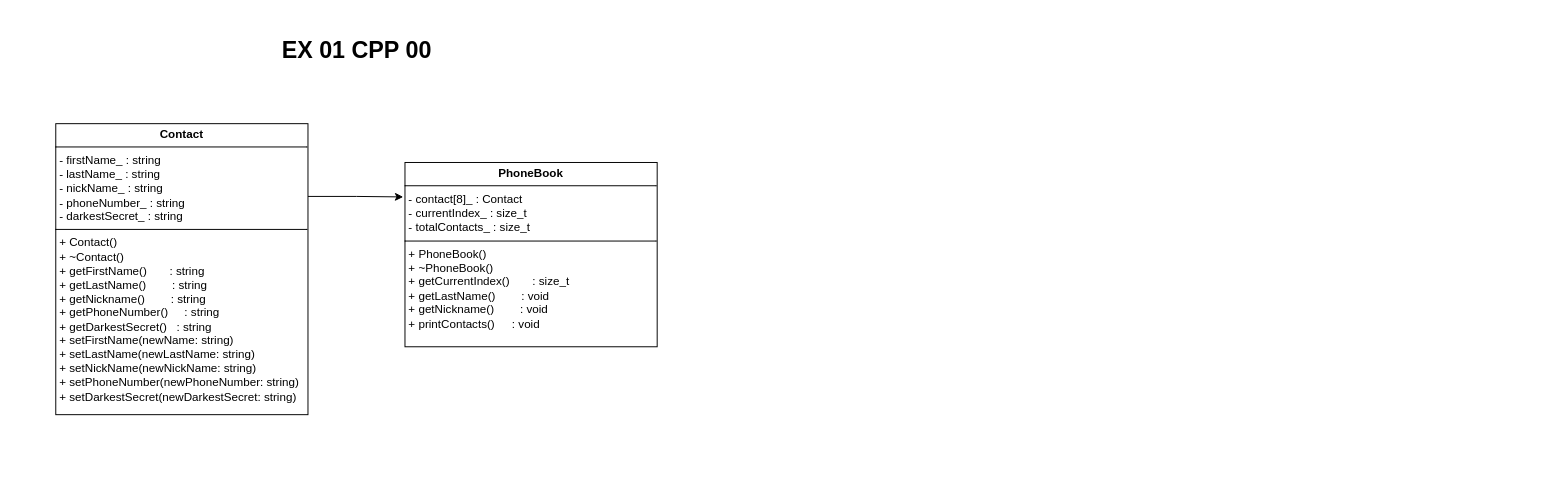
Earlier version of the draw.io diagram cpp_module_00/uml_module_cpp00.drawio (Daruuu/OOP-with-C-Plus-PLus-98). Source tidied: cells renumbered, new cells numbered last; positions are measured from the earlier drawing's top-left corner, leaving out a move shared by most shapes. Both pictures are drawn from the tidied source at 97%, with x=0, y=0 at pixel (55, 16).
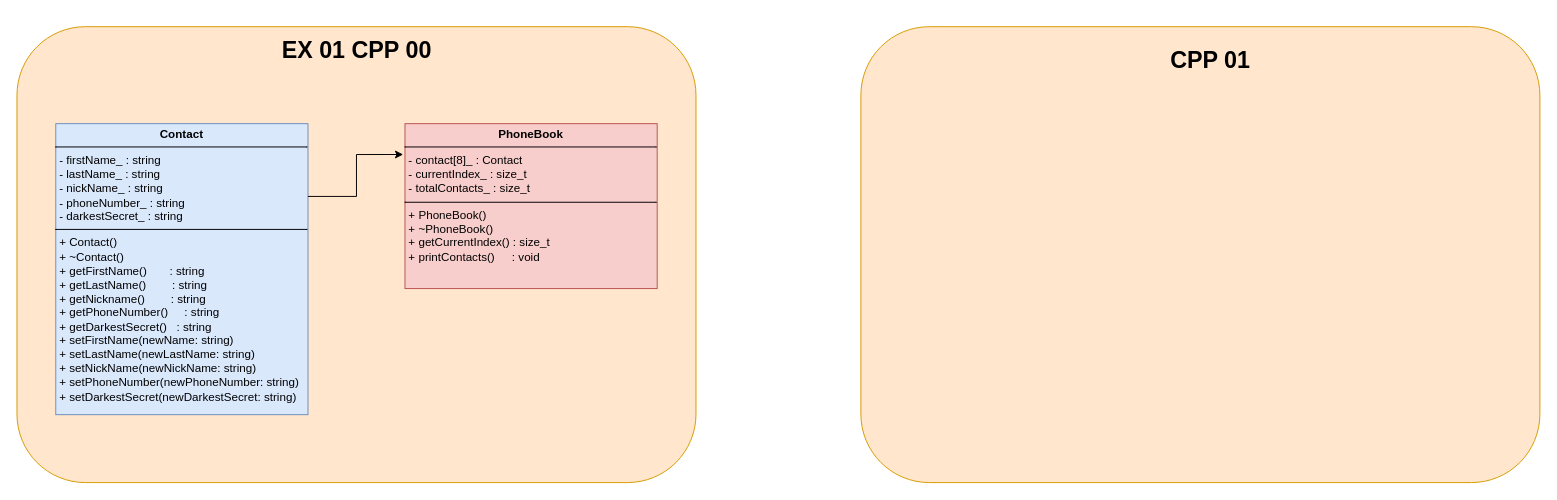
After the change.

Commit message (it also covers changes not shown here):
cpp_module01 ex00 finish

What changed in the source:
```diff
@@
 <mxGraphModel>
   <root>
     <mxCell id="0" />
     <mxCell id="1" parent="0" />
+    <mxCell id="6" style="rounded=1;whiteSpace=wrap;html=1;fillColor=#ffe6cc;strokeColor=#d79b00;" parent="1" vertex="1">
+      <mxGeometry x="830" y="10" width="700" height="470" as="geometry" />
+    </mxCell>
+    <mxCell id="7" style="rounded=1;whiteSpace=wrap;html=1;fillColor=#ffe6cc;strokeColor=#d79b00;" parent="1" vertex="1">
+      <mxGeometry x="-40" y="10" width="700" height="470" as="geometry" />
+    </mxCell>
-    <mxCell id="2" value="&lt;p style=&quot;margin:0px;margin-top:4px;text-align:center;&quot;&gt;&lt;b&gt;Contact&lt;/b&gt;&lt;/p&gt;&lt;hr size=&quot;1&quot; style=&quot;border-style:solid;&quot;&gt;&lt;p style=&quot;margin:0px;margin-left:4px;&quot;&gt;- firstName_ : string&lt;/p&gt;&lt;p style=&quot;margin:0px;margin-left:4px;&quot;&gt;- lastName_ : string&amp;nbsp;&lt;br&gt;&lt;/p&gt;&lt;p style=&quot;margin:0px;margin-left:4px;&quot;&gt;- nickName_ : string&amp;nbsp;&lt;br&gt;&lt;/p&gt;&lt;p style=&quot;margin:0px;margin-left:4px;&quot;&gt;- phoneNumber_ : string&lt;br&gt;&lt;/p&gt;&lt;p style=&quot;margin:0px;margin-left:4px;&quot;&gt;- darkestSecret_ : string&amp;nbsp;&lt;br&gt;&lt;/p&gt;&lt;hr size=&quot;1&quot; style=&quot;border-style:solid;&quot;&gt;&lt;p style=&quot;margin:0px;margin-left:4px;&quot;&gt;+&amp;nbsp;Contact()&lt;/p&gt;&lt;p style=&quot;margin: 0px 0px 0px 4px;&quot;&gt;+ ~Contact()&lt;/p&gt;&lt;p style=&quot;margin:0px;margin-left:4px;&quot;&gt;+ getFirstName()&amp;nbsp; &amp;nbsp; &amp;nbsp; &amp;nbsp;: string&lt;/p&gt;&lt;p style=&quot;margin:0px;margin-left:4px;&quot;&gt;+ getLastName()&amp;nbsp; &amp;nbsp; &amp;nbsp; &amp;nbsp; : string&lt;/p&gt;&lt;p style=&quot;margin:0px;margin-left:4px;&quot;&gt;+ getNickname()&amp;nbsp; &amp;nbsp; &amp;nbsp; &amp;nbsp; : string&lt;/p&gt;&lt;p style=&quot;margin:0px;margin-left:4px;&quot;&gt;+ getPhoneNumber()&amp;nbsp; &amp;nbsp; &amp;nbsp;: string&amp;nbsp;&lt;/p&gt;&lt;p style=&quot;margin:0px;margin-left:4px;&quot;&gt;+ getDarkestSecret()&amp;nbsp; &amp;nbsp;: string&amp;nbsp;&lt;/p&gt;&lt;p style=&quot;margin:0px;margin-left:4px;&quot;&gt;+ setFirstName(newName: string)&lt;/p&gt;&lt;p style=&quot;margin:0px;margin-left:4px;&quot;&gt;+ setLastName(newLastName: string)&amp;nbsp; &amp;nbsp;&amp;nbsp;&lt;/p&gt;&lt;p style=&quot;margin:0px;margin-left:4px;&quot;&gt;+ setNickName(newNickName: string)&amp;nbsp; +&amp;nbsp;&lt;span style=&quot;background-color: transparent; color: light-dark(rgb(0, 0, 0), rgb(255, 255, 255));&quot;&gt;setPhoneNumber(newPhoneNumber: string)&lt;/span&gt;&lt;/p&gt;&lt;p style=&quot;margin:0px;margin-left:4px;&quot;&gt;&lt;span style=&quot;background-color: transparent; color: light-dark(rgb(0, 0, 0), rgb(255, 255, 255));&quot;&gt;+ setDarkestSecret(newDarkestSecret: string)&lt;/span&gt;&lt;br&gt;&lt;/p&gt;&lt;p style=&quot;margin:0px;margin-left:4px;&quot;&gt;&lt;br&gt;&lt;/p&gt;" style="verticalAlign=top;align=left;overflow=fill;html=1;whiteSpace=wrap;" parent="1" vertex="1">
+    <mxCell id="2" value="&lt;p style=&quot;margin:0px;margin-top:4px;text-align:center;&quot;&gt;&lt;b&gt;Contact&lt;/b&gt;&lt;/p&gt;&lt;hr size=&quot;1&quot; style=&quot;border-style:solid;&quot;&gt;&lt;p style=&quot;margin:0px;margin-left:4px;&quot;&gt;- firstName_ : string&lt;/p&gt;&lt;p style=&quot;margin:0px;margin-left:4px;&quot;&gt;- lastName_ : string&amp;nbsp;&lt;br&gt;&lt;/p&gt;&lt;p style=&quot;margin:0px;margin-left:4px;&quot;&gt;- nickName_ : string&amp;nbsp;&lt;br&gt;&lt;/p&gt;&lt;p style=&quot;margin:0px;margin-left:4px;&quot;&gt;- phoneNumber_ : string&lt;br&gt;&lt;/p&gt;&lt;p style=&quot;margin:0px;margin-left:4px;&quot;&gt;- darkestSecret_ : string&amp;nbsp;&lt;br&gt;&lt;/p&gt;&lt;hr size=&quot;1&quot; style=&quot;border-style:solid;&quot;&gt;&lt;p style=&quot;margin:0px;margin-left:4px;&quot;&gt;+&amp;nbsp;Contact()&lt;/p&gt;&lt;p style=&quot;margin: 0px 0px 0px 4px;&quot;&gt;+ ~Contact()&lt;/p&gt;&lt;p style=&quot;margin:0px;margin-left:4px;&quot;&gt;+ getFirstName()&amp;nbsp; &amp;nbsp; &amp;nbsp; &amp;nbsp;: string&lt;/p&gt;&lt;p style=&quot;margin:0px;margin-left:4px;&quot;&gt;+ getLastName()&amp;nbsp; &amp;nbsp; &amp;nbsp; &amp;nbsp; : string&lt;/p&gt;&lt;p style=&quot;margin:0px;margin-left:4px;&quot;&gt;+ getNickname()&amp;nbsp; &amp;nbsp; &amp;nbsp; &amp;nbsp; : string&lt;/p&gt;&lt;p style=&quot;margin:0px;margin-left:4px;&quot;&gt;+ getPhoneNumber()&amp;nbsp; &amp;nbsp; &amp;nbsp;: string&amp;nbsp;&lt;/p&gt;&lt;p style=&quot;margin:0px;margin-left:4px;&quot;&gt;+ getDarkestSecret()&amp;nbsp; &amp;nbsp;: string&amp;nbsp;&lt;/p&gt;&lt;p style=&quot;margin:0px;margin-left:4px;&quot;&gt;+ setFirstName(newName: string)&lt;/p&gt;&lt;p style=&quot;margin:0px;margin-left:4px;&quot;&gt;+ setLastName(newLastName: string)&amp;nbsp; &amp;nbsp;&amp;nbsp;&lt;/p&gt;&lt;p style=&quot;margin:0px;margin-left:4px;&quot;&gt;+ setNickName(newNickName: string)&amp;nbsp; +&amp;nbsp;&lt;span style=&quot;background-color: transparent; color: light-dark(rgb(0, 0, 0), rgb(255, 255, 255));&quot;&gt;setPhoneNumber(newPhoneNumber: string)&lt;/span&gt;&lt;/p&gt;&lt;p style=&quot;margin:0px;margin-left:4px;&quot;&gt;&lt;span style=&quot;background-color: transparent; color: light-dark(rgb(0, 0, 0), rgb(255, 255, 255));&quot;&gt;+ setDarkestSecret(newDarkestSecret: string)&lt;/span&gt;&lt;br&gt;&lt;/p&gt;&lt;p style=&quot;margin:0px;margin-left:4px;&quot;&gt;&lt;br&gt;&lt;/p&gt;" style="verticalAlign=top;align=left;overflow=fill;html=1;whiteSpace=wrap;fillColor=#dae8fc;strokeColor=#6c8ebf;" parent="1" vertex="1">
       <mxGeometry y="110" width="260" height="300" as="geometry" />
     </mxCell>
-    <mxCell id="3" value="&lt;p style=&quot;margin:0px;margin-top:4px;text-align:center;&quot;&gt;&lt;b&gt;PhoneBook&lt;/b&gt;&lt;/p&gt;&lt;hr size=&quot;1&quot; style=&quot;border-style:solid;&quot;&gt;&lt;p style=&quot;margin:0px;margin-left:4px;&quot;&gt;- contact[8]_ : Contact&lt;/p&gt;&lt;p style=&quot;margin:0px;margin-left:4px;&quot;&gt;- currentIndex_ : size_t&amp;nbsp;&lt;br&gt;&lt;/p&gt;&lt;p style=&quot;margin:0px;margin-left:4px;&quot;&gt;- totalContacts_ : size_t&lt;/p&gt;&lt;hr size=&quot;1&quot; style=&quot;border-style:solid;&quot;&gt;&lt;p style=&quot;margin:0px;margin-left:4px;&quot;&gt;+ PhoneBook()&lt;/p&gt;&lt;p style=&quot;margin: 0px 0px 0px 4px;&quot;&gt;+ ~PhoneBook()&lt;/p&gt;&lt;p style=&quot;margin:0px;margin-left:4px;&quot;&gt;+ getCurrentIndex()&amp;nbsp; &amp;nbsp; &amp;nbsp; &amp;nbsp;: size_t&lt;/p&gt;&lt;p style=&quot;margin:0px;margin-left:4px;&quot;&gt;+ getLastName()&amp;nbsp; &amp;nbsp; &amp;nbsp; &amp;nbsp; :&amp;nbsp;&lt;span style=&quot;background-color: transparent; color: light-dark(rgb(0, 0, 0), rgb(255, 255, 255));&quot;&gt;void&lt;/span&gt;&lt;/p&gt;&lt;p style=&quot;margin:0px;margin-left:4px;&quot;&gt;+ getNickname()&amp;nbsp; &amp;nbsp; &amp;nbsp; &amp;nbsp; :&amp;nbsp;&lt;span style=&quot;background-color: transparent; color: light-dark(rgb(0, 0, 0), rgb(255, 255, 255));&quot;&gt;void&lt;/span&gt;&lt;/p&gt;&lt;p style=&quot;margin:0px;margin-left:4px;&quot;&gt;+ printContacts()&lt;span style=&quot;white-space: pre;&quot;&gt;&#9;&lt;/span&gt;: void&lt;/p&gt;&lt;p style=&quot;margin:0px;margin-left:4px;&quot;&gt;&lt;br&gt;&lt;/p&gt;" style="verticalAlign=top;align=left;overflow=fill;html=1;whiteSpace=wrap;" parent="1" vertex="1">
-      <mxGeometry x="360" y="150" width="260" height="190" as="geometry" />
+    <mxCell id="3" value="&lt;p style=&quot;margin:0px;margin-top:4px;text-align:center;&quot;&gt;&lt;b&gt;PhoneBook&lt;/b&gt;&lt;/p&gt;&lt;hr size=&quot;1&quot; style=&quot;border-style:solid;&quot;&gt;&lt;p style=&quot;margin:0px;margin-left:4px;&quot;&gt;- contact[8]_ : Contact&lt;/p&gt;&lt;p style=&quot;margin:0px;margin-left:4px;&quot;&gt;- currentIndex_ : size_t&amp;nbsp;&lt;br&gt;&lt;/p&gt;&lt;p style=&quot;margin:0px;margin-left:4px;&quot;&gt;- totalContacts_ : size_t&lt;/p&gt;&lt;hr size=&quot;1&quot; style=&quot;border-style:solid;&quot;&gt;&lt;p style=&quot;margin:0px;margin-left:4px;&quot;&gt;+ PhoneBook()&lt;/p&gt;&lt;p style=&quot;margin: 0px 0px 0px 4px;&quot;&gt;+ ~PhoneBook()&lt;/p&gt;&lt;p style=&quot;margin:0px;margin-left:4px;&quot;&gt;+ getCurrentIndex() : size_t&lt;/p&gt;&lt;p style=&quot;margin:0px;margin-left:4px;&quot;&gt;+ printContacts()&lt;span style=&quot;white-space: pre;&quot;&gt;&#9;&lt;/span&gt;: void&lt;/p&gt;&lt;p style=&quot;margin:0px;margin-left:4px;&quot;&gt;&lt;br&gt;&lt;/p&gt;" style="verticalAlign=top;align=left;overflow=fill;html=1;whiteSpace=wrap;fillColor=#f8cecc;strokeColor=#b85450;" parent="1" vertex="1">
+      <mxGeometry x="360" y="110" width="260" height="170" as="geometry" />
     </mxCell>
     <mxCell id="4" style="edgeStyle=orthogonalEdgeStyle;rounded=0;jettySize=auto;html=1;exitX=1;exitY=0.25;exitDx=0;exitDy=0;entryX=-0.007;entryY=0.187;entryDx=0;entryDy=0;entryPerimeter=0;" parent="1" edge="1" source="2" target="3">
       <mxGeometry relative="1" as="geometry" />
     </mxCell>
     <mxCell id="5" value="&lt;h1&gt;&lt;b&gt;EX 01 CPP 00&lt;/b&gt;&lt;/h1&gt;" style="text;html=1;align=center;verticalAlign=middle;strokeColor=none;fillColor=none;" parent="1" vertex="1">
       <mxGeometry x="220" width="180" height="70" as="geometry" />
     </mxCell>
+    <mxCell id="8" value="&lt;h1&gt;&lt;b&gt;CPP 01&lt;/b&gt;&lt;/h1&gt;" style="text;html=1;align=center;verticalAlign=middle;strokeColor=none;fillColor=none;" parent="1" vertex="1">
+      <mxGeometry x="1135" y="10" width="110" height="70" as="geometry" />
+    </mxCell>
   </root>
 </mxGraphModel>
```
